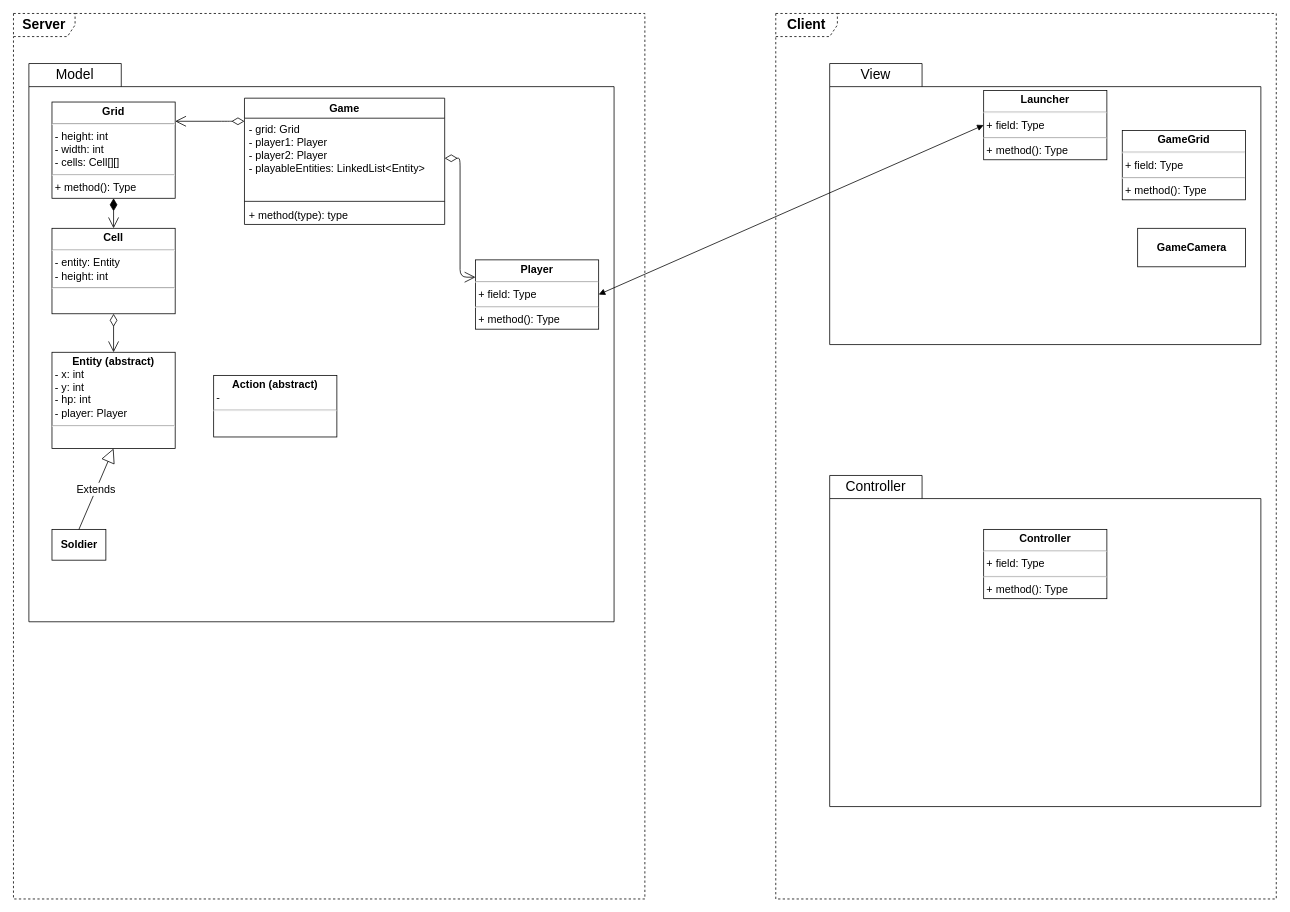
Before: diagramme-de-classe.drawio in amnasr32/Jeu-de-Strat-gie-, a draw.io diagram. Source tidied: cells renumbered, new cells numbered last; positions are measured from the earlier drawing's top-left corner, leaving out a move shared by most shapes. Both pictures are drawn from the tidied source at 77%, with x=0, y=0 at pixel (13, 13).
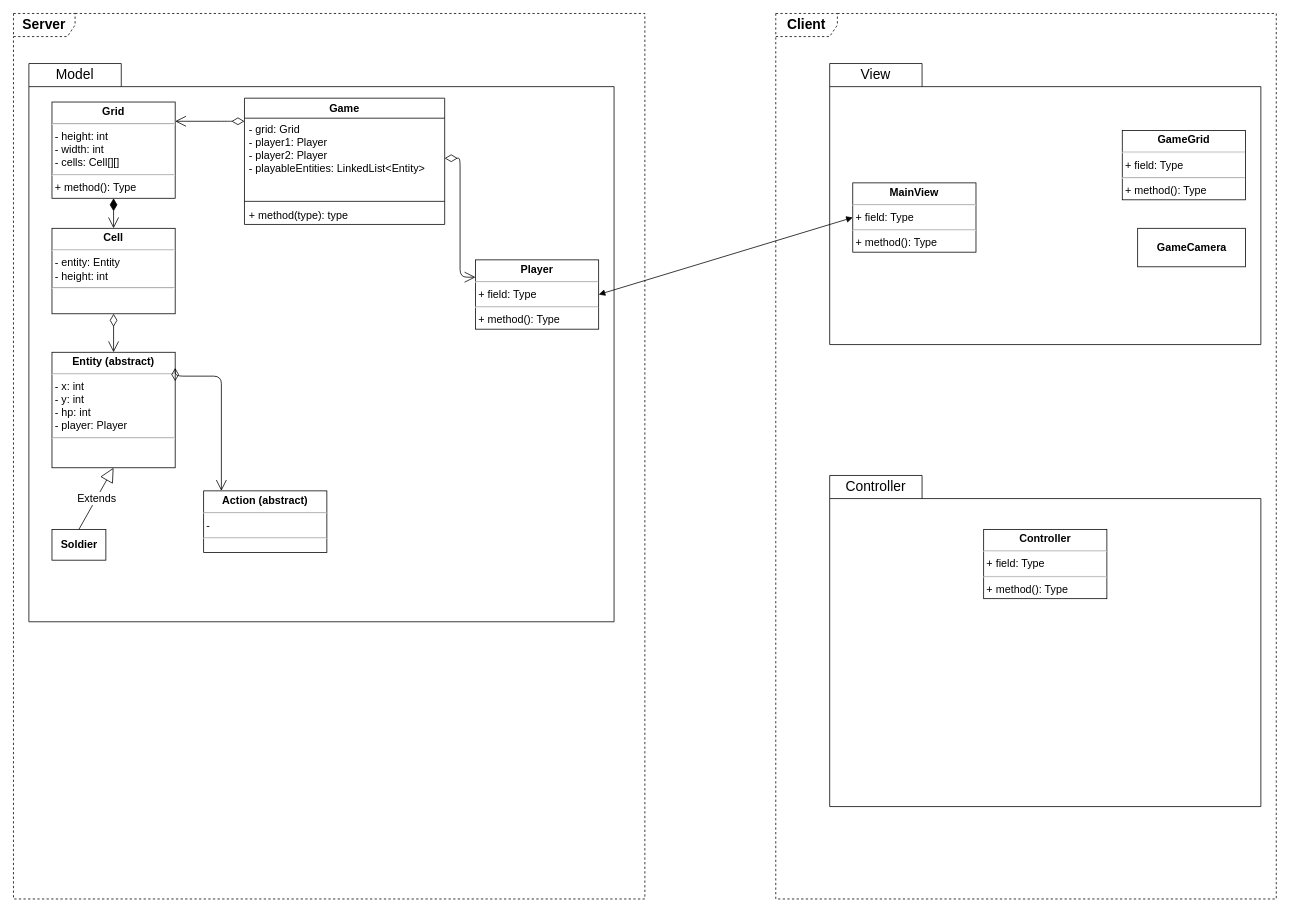
After the change.

Commit message (it also covers changes not shown here):
ajout de fonctions modifiant la view, et modification du diagramme de classe

Diff of the diagram source:
```diff
@@
-    <mxCell id="14" value="&lt;p style=&quot;margin: 4px 0px 0px ; text-align: center ; font-size: 14px&quot;&gt;&lt;b style=&quot;font-size: 14px&quot;&gt;Entity (abstract)&lt;/b&gt;&lt;/p&gt;&lt;p style=&quot;margin: 0px 0px 0px 4px ; font-size: 14px&quot;&gt;- x: int&lt;/p&gt;&lt;p style=&quot;margin: 0px 0px 0px 4px ; font-size: 14px&quot;&gt;- y: int&lt;/p&gt;&lt;p style=&quot;margin: 0px 0px 0px 4px ; font-size: 14px&quot;&gt;- hp: int&lt;/p&gt;&lt;p style=&quot;margin: 0px 0px 0px 4px ; font-size: 14px&quot;&gt;- player: Player&lt;/p&gt;&lt;hr style=&quot;font-size: 14px&quot;&gt;&lt;p style=&quot;margin: 0px 0px 0px 4px ; font-size: 14px&quot;&gt;&lt;br&gt;&lt;/p&gt;" style="verticalAlign=top;align=left;overflow=fill;fontSize=14;fontFamily=Helvetica;html=1;labelBackgroundColor=none;fillColor=#ffffff;" parent="1" vertex="1">
-      <mxGeometry x="50" y="440" width="160" height="125" as="geometry" />
+    <mxCell id="14" value="&lt;p style=&quot;margin: 4px 0px 0px ; text-align: center ; font-size: 14px&quot;&gt;&lt;b style=&quot;font-size: 14px&quot;&gt;Entity (abstract)&lt;/b&gt;&lt;/p&gt;&lt;hr&gt;&lt;p style=&quot;margin: 0px 0px 0px 4px ; font-size: 14px&quot;&gt;- x: int&lt;/p&gt;&lt;p style=&quot;margin: 0px 0px 0px 4px ; font-size: 14px&quot;&gt;- y: int&lt;/p&gt;&lt;p style=&quot;margin: 0px 0px 0px 4px ; font-size: 14px&quot;&gt;- hp: int&lt;/p&gt;&lt;p style=&quot;margin: 0px 0px 0px 4px ; font-size: 14px&quot;&gt;- player: Player&lt;/p&gt;&lt;hr style=&quot;font-size: 14px&quot;&gt;&lt;p style=&quot;margin: 0px 0px 0px 4px ; font-size: 14px&quot;&gt;&lt;br&gt;&lt;/p&gt;" style="verticalAlign=top;align=left;overflow=fill;fontSize=14;fontFamily=Helvetica;html=1;labelBackgroundColor=none;fillColor=#ffffff;" parent="1" vertex="1">
+      <mxGeometry x="50" y="440" width="160" height="150" as="geometry" />
     </mxCell>
@@
-    <mxCell id="22" value="&lt;p style=&quot;margin: 4px 0px 0px ; text-align: center ; font-size: 14px&quot;&gt;&lt;b&gt;Launcher&lt;/b&gt;&lt;/p&gt;&lt;hr style=&quot;font-size: 14px&quot;&gt;&lt;p style=&quot;margin: 0px 0px 0px 4px ; font-size: 14px&quot;&gt;+ field: Type&lt;/p&gt;&lt;hr style=&quot;font-size: 14px&quot;&gt;&lt;p style=&quot;margin: 0px 0px 0px 4px ; font-size: 14px&quot;&gt;+ method(): Type&lt;/p&gt;" style="verticalAlign=top;align=left;overflow=fill;fontSize=14;fontFamily=Helvetica;html=1;labelBackgroundColor=none;fillColor=#ffffff;" parent="1" vertex="1">
-      <mxGeometry x="1260" y="100" width="160" height="90" as="geometry" />
+    <mxCell id="22" value="&lt;p style=&quot;margin: 4px 0px 0px ; text-align: center ; font-size: 14px&quot;&gt;&lt;b&gt;MainVi&lt;/b&gt;&lt;b&gt;ew&lt;/b&gt;&lt;/p&gt;&lt;hr style=&quot;font-size: 14px&quot;&gt;&lt;p style=&quot;margin: 0px 0px 0px 4px ; font-size: 14px&quot;&gt;+ field: Type&lt;/p&gt;&lt;hr style=&quot;font-size: 14px&quot;&gt;&lt;p style=&quot;margin: 0px 0px 0px 4px ; font-size: 14px&quot;&gt;+ method(): Type&lt;/p&gt;" style="verticalAlign=top;align=left;overflow=fill;fontSize=14;fontFamily=Helvetica;html=1;labelBackgroundColor=none;fillColor=#ffffff;" parent="1" vertex="1">
+      <mxGeometry x="1090" y="220" width="160" height="90" as="geometry" />
     </mxCell>
@@
-    <mxCell id="29" value="&lt;p style=&quot;margin: 4px 0px 0px ; text-align: center ; font-size: 14px&quot;&gt;&lt;b style=&quot;font-size: 14px&quot;&gt;Action (abstract)&lt;/b&gt;&lt;/p&gt;&lt;p style=&quot;margin: 0px 0px 0px 4px ; font-size: 14px&quot;&gt;-&amp;nbsp;&lt;/p&gt;&lt;hr style=&quot;font-size: 14px&quot;&gt;&lt;p style=&quot;margin: 0px 0px 0px 4px ; font-size: 14px&quot;&gt;&lt;br&gt;&lt;/p&gt;" style="verticalAlign=top;align=left;overflow=fill;fontSize=14;fontFamily=Helvetica;html=1;labelBackgroundColor=none;fillColor=#ffffff;" parent="1" vertex="1">
-      <mxGeometry x="260" y="470" width="160" height="80" as="geometry" />
+    <mxCell id="29" value="&lt;p style=&quot;margin: 4px 0px 0px ; text-align: center ; font-size: 14px&quot;&gt;&lt;b style=&quot;font-size: 14px&quot;&gt;Action (abstract)&lt;/b&gt;&lt;/p&gt;&lt;hr&gt;&lt;p style=&quot;margin: 0px 0px 0px 4px ; font-size: 14px&quot;&gt;-&amp;nbsp;&lt;/p&gt;&lt;hr style=&quot;font-size: 14px&quot;&gt;&lt;p style=&quot;margin: 0px 0px 0px 4px ; font-size: 14px&quot;&gt;&lt;br&gt;&lt;/p&gt;" style="verticalAlign=top;align=left;overflow=fill;fontSize=14;fontFamily=Helvetica;html=1;labelBackgroundColor=none;fillColor=#ffffff;" parent="1" vertex="1">
+      <mxGeometry x="247" y="620" width="160" height="80" as="geometry" />
     </mxCell>
+    <mxCell id="30" style="endArrow=open;html=1;endSize=12;startArrow=diamondThin;startSize=14;startFill=0;edgeStyle=orthogonalEdgeStyle;align=left;verticalAlign=bottom;fontSize=14;fontColor=#000000;exitX=1;exitY=0.25;exitDx=0;exitDy=0;" parent="1" edge="1" source="14" target="29">
+      <mxGeometry x="-0.03" y="20" relative="1" as="geometry">
+        <Array as="points">
+          <mxPoint x="270" y="471" />
+        </Array>
+      </mxGeometry>
+    </mxCell>
```
